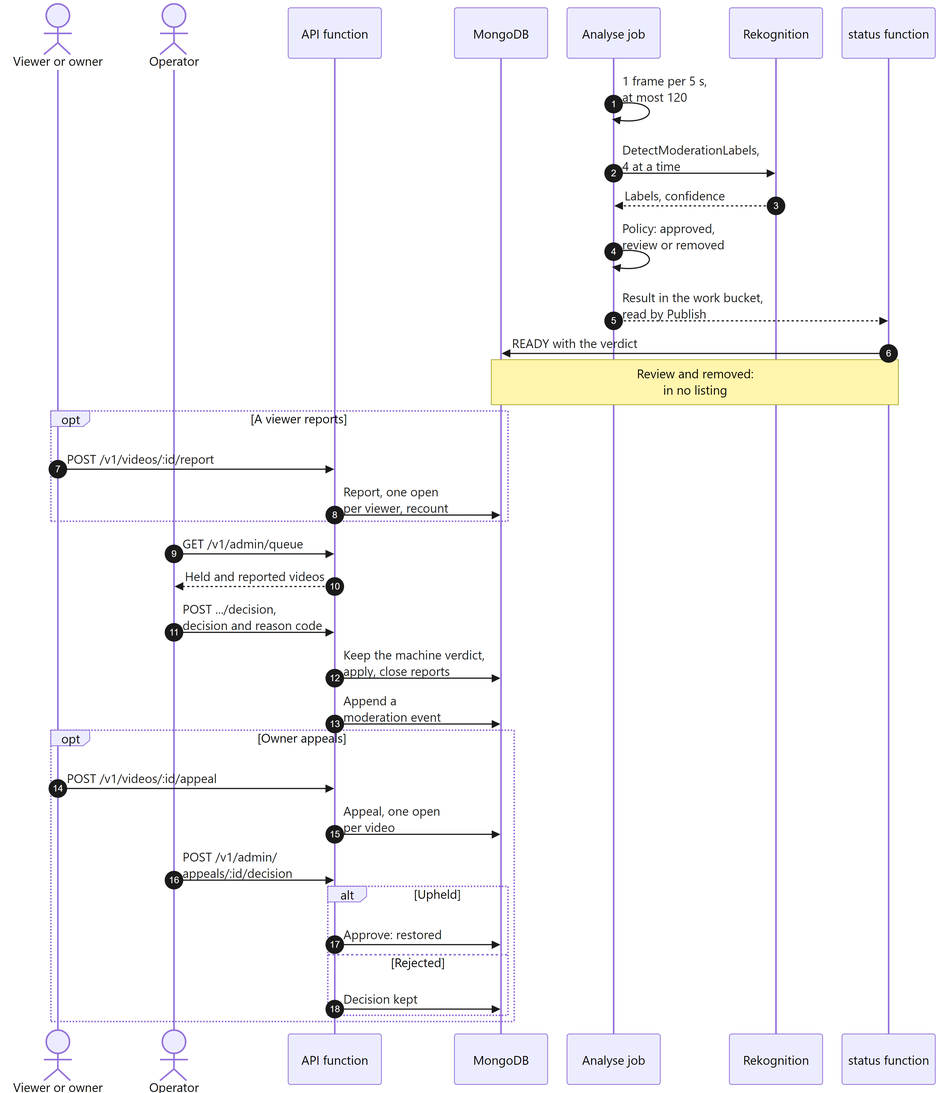
Earlier version of the Mermaid export report/images/19-moderation-sequence.png (DinhQuocCuong28664/DACNTT_VideoStreaming). Its source is kept beside it as docs/diagrams/src/19-moderation-sequence.mmd.
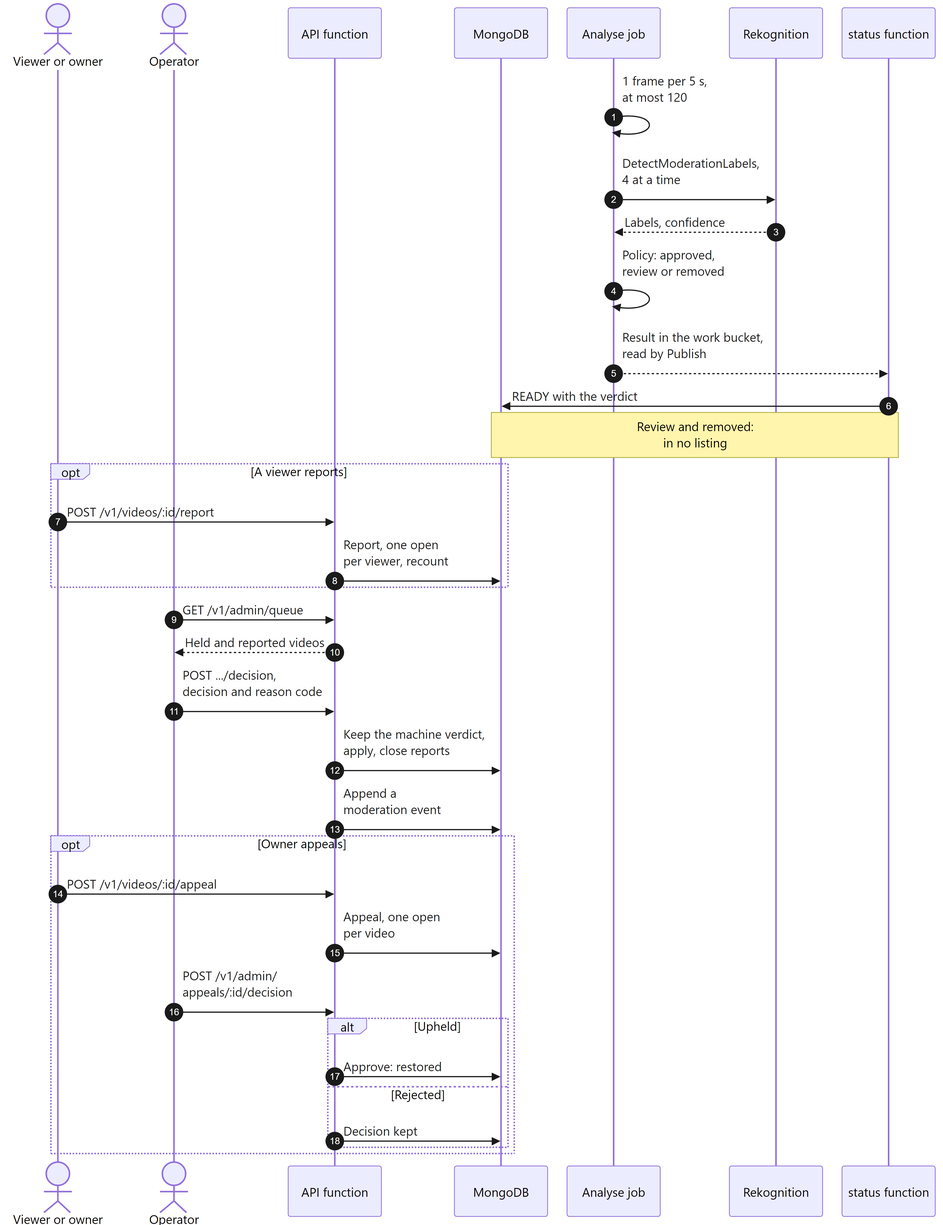
Later version of the same file.

Commit message:
docs(report): fix path breaks, ragged table columns and sequence label overlaps

The edit, as a diff of the source:
```diff
@@ -9,29 +9,29 @@
     participant Rek as Rekognition
     participant St as status function
 
-    Job->>Job: 1 frame per 5 s,<br/>at most 120
-    Job->>Rek: DetectModerationLabels,<br/>4 at a time
+    Job->>Job: 1 frame per 5 s,<br/>at most 120<br/>#nbsp;
+    Job->>Rek: DetectModerationLabels,<br/>4 at a time<br/>#nbsp;
     Rek-->>Job: Labels, confidence
-    Job->>Job: Policy: approved,<br/>review or removed
-    Job-->>St: Result in the work bucket,<br/>read by Publish
+    Job->>Job: Policy: approved,<br/>review or removed<br/>#nbsp;
+    Job-->>St: Result in the work bucket,<br/>read by Publish<br/>#nbsp;
     St->>DB: READY with the verdict
     Note over DB,St: Review and removed:<br/>in no listing
 
     opt A viewer reports
         User->>API: POST /v1/videos/:id/report
-        API->>DB: Report, one open<br/>per viewer, recount
+        API->>DB: Report, one open<br/>per viewer, recount<br/>#nbsp;
     end
 
     Op->>API: GET /v1/admin/queue
     API-->>Op: Held and reported videos
-    Op->>API: POST .../decision,<br/>decision and reason code
-    API->>DB: Keep the machine verdict,<br/>apply, close reports
-    API->>DB: Append a<br/>moderation event
+    Op->>API: POST .../decision,<br/>decision and reason code<br/>#nbsp;
+    API->>DB: Keep the machine verdict,<br/>apply, close reports<br/>#nbsp;
+    API->>DB: Append a<br/>moderation event<br/>#nbsp;
 
     opt Owner appeals
         User->>API: POST /v1/videos/:id/appeal
-        API->>DB: Appeal, one open<br/>per video
-        Op->>API: POST /v1/admin/<br/>appeals/:id/decision
+        API->>DB: Appeal, one open<br/>per video<br/>#nbsp;
+        Op->>API: POST /v1/admin/<br/>appeals/:id/decision<br/>#nbsp;
         alt Upheld
             API->>DB: Approve: restored
         else Rejected
```
